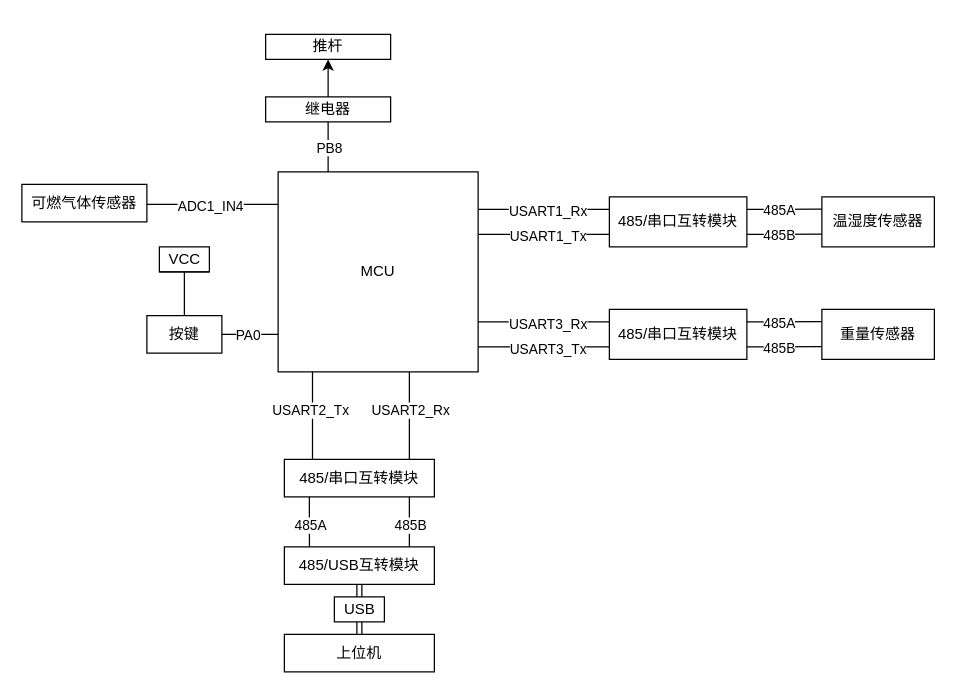
Before: modbus-slave/doc/1.drawio in Leonezz/intelligentAshbin, a draw.io diagram. Source tidied: cells renumbered, new cells numbered last; positions are measured from the earlier drawing's top-left corner, leaving out a move shared by most shapes. Both pictures are drawn from the tidied source at 125%, with x=0, y=0 at pixel (21, 34).
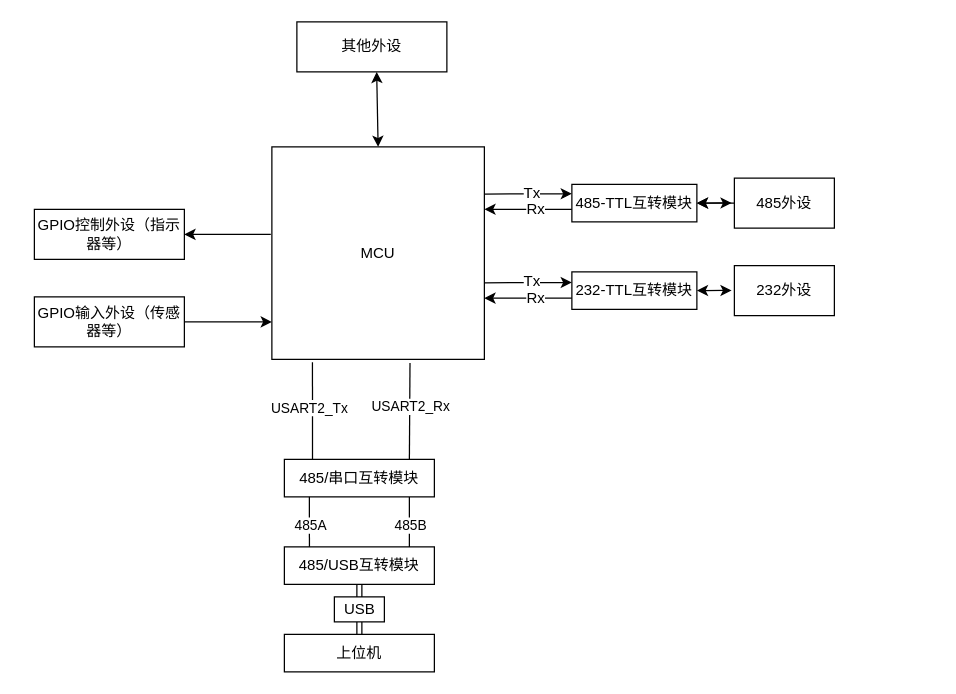
The same diagram, later.

Change to the diagram source:
```diff
@@
     <mxCell id="2" value="MCU" style="whiteSpace=wrap;html=1;strokeColor=#000000;" parent="1" vertex="1">
-      <mxGeometry x="205" y="110" width="160" height="160" as="geometry" />
+      <mxGeometry x="200" y="90" width="170" height="170" as="geometry" />
     </mxCell>
-    <mxCell id="3" style="edgeStyle=none;rounded=0;jettySize=auto;html=1;exitX=0.5;exitY=0;exitDx=0;exitDy=0;entryX=0.5;entryY=1;entryDx=0;entryDy=0;strokeColor=#000000;" parent="1" edge="1" source="4" target="5">
-      <mxGeometry relative="1" as="geometry" />
-    </mxCell>
-    <mxCell id="4" value="继电器" style="rounded=0;whiteSpace=wrap;html=1;strokeColor=#000000;" parent="1" vertex="1">
-      <mxGeometry x="195" y="50" width="100" height="20" as="geometry" />
-    </mxCell>
-    <mxCell id="5" value="推杆" style="rounded=0;whiteSpace=wrap;html=1;strokeColor=#000000;" parent="1" vertex="1">
-      <mxGeometry x="195" width="100" height="20" as="geometry" />
-    </mxCell>
-    <mxCell id="6" style="endArrow=none;html=1;entryX=0.5;entryY=1;entryDx=0;entryDy=0;exitX=0.25;exitY=0;exitDx=0;exitDy=0;strokeColor=#000000;" parent="1" edge="1" source="2" target="4">
-      <mxGeometry relative="1" as="geometry" />
-    </mxCell>
-    <mxCell id="7" value="PB8" style="edgeLabel;html=1;align=center;verticalAlign=middle;strokeColor=#000000;" parent="6" vertex="1">
-      <mxGeometry x="0.4" y="-1" relative="1" as="geometry">
-        <mxPoint x="-1" y="8.3" as="offset" />
-      </mxGeometry>
-    </mxCell>
-    <mxCell id="8" style="endArrow=none;html=1;strokeColor=#000000;" parent="1" edge="1">
-      <mxGeometry relative="1" as="geometry">
-        <mxPoint x="365" y="140" as="sourcePoint" />
-        <mxPoint x="470" y="140" as="targetPoint" />
-      </mxGeometry>
-    </mxCell>
-    <mxCell id="9" value="USART1_Rx" style="edgeLabel;html=1;align=center;verticalAlign=middle;strokeColor=#000000;" parent="8" vertex="1">
-      <mxGeometry x="0.33" y="-1" relative="1" as="geometry">
-        <mxPoint x="-14.7" as="offset" />
-      </mxGeometry>
-    </mxCell>
-    <mxCell id="10" style="endArrow=none;html=1;strokeColor=#000000;" parent="1" edge="1">
-      <mxGeometry relative="1" as="geometry">
-        <mxPoint x="365" y="160" as="sourcePoint" />
-        <mxPoint x="470" y="160" as="targetPoint" />
-      </mxGeometry>
-    </mxCell>
-    <mxCell id="11" value="USART1_Tx" style="edgeLabel;html=1;align=center;verticalAlign=middle;strokeColor=#000000;" parent="10" vertex="1">
-      <mxGeometry x="0.33" y="-1" relative="1" as="geometry">
-        <mxPoint x="-14.7" as="offset" />
-      </mxGeometry>
-    </mxCell>
-    <mxCell id="12" value="485/串口互转模块" style="rounded=0;whiteSpace=wrap;html=1;strokeColor=#000000;" parent="1" vertex="1">
-      <mxGeometry x="470" y="130" width="110" height="40" as="geometry" />
-    </mxCell>
-    <mxCell id="13" value="温湿度传感器" style="rounded=0;whiteSpace=wrap;html=1;strokeColor=#000000;" parent="1" vertex="1">
-      <mxGeometry x="640" y="130" width="90" height="40" as="geometry" />
-    </mxCell>
-    <mxCell id="14" style="endArrow=none;html=1;exitX=1;exitY=0.25;exitDx=0;exitDy=0;strokeColor=#000000;" parent="1" edge="1" source="12">
-      <mxGeometry relative="1" as="geometry">
-        <mxPoint x="640" y="139.7" as="targetPoint" />
-      </mxGeometry>
-    </mxCell>
-    <mxCell id="15" value="485A" style="edgeLabel;html=1;align=center;verticalAlign=middle;strokeColor=#000000;" parent="14" vertex="1">
-      <mxGeometry x="0.33" y="-1" relative="1" as="geometry">
-        <mxPoint x="-14.7" as="offset" />
-      </mxGeometry>
-    </mxCell>
-    <mxCell id="16" style="endArrow=none;html=1;exitX=1;exitY=0.75;exitDx=0;exitDy=0;strokeColor=#000000;" parent="1" edge="1" source="12">
-      <mxGeometry relative="1" as="geometry">
-        <mxPoint x="640" y="159.7" as="targetPoint" />
-      </mxGeometry>
-    </mxCell>
-    <mxCell id="17" value="485B" style="edgeLabel;html=1;align=center;verticalAlign=middle;strokeColor=#000000;" parent="16" vertex="1">
-      <mxGeometry x="0.33" y="-1" relative="1" as="geometry">
-        <mxPoint x="-14.7" as="offset" />
-      </mxGeometry>
-    </mxCell>
-    <mxCell id="18" style="endArrow=none;html=1;strokeColor=#000000;" parent="1" edge="1">
-      <mxGeometry relative="1" as="geometry">
-        <mxPoint x="365" y="230" as="sourcePoint" />
-        <mxPoint x="470" y="230" as="targetPoint" />
-      </mxGeometry>
-    </mxCell>
-    <mxCell id="19" value="USART3_Rx" style="edgeLabel;html=1;align=center;verticalAlign=middle;strokeColor=#000000;" parent="18" vertex="1">
-      <mxGeometry x="0.33" y="-1" relative="1" as="geometry">
-        <mxPoint x="-14.7" as="offset" />
-      </mxGeometry>
-    </mxCell>
-    <mxCell id="20" style="endArrow=none;html=1;strokeColor=#000000;" parent="1" edge="1">
-      <mxGeometry relative="1" as="geometry">
-        <mxPoint x="365" y="250" as="sourcePoint" />
-        <mxPoint x="470" y="250" as="targetPoint" />
-      </mxGeometry>
-    </mxCell>
-    <mxCell id="21" value="USART3_Tx" style="edgeLabel;html=1;align=center;verticalAlign=middle;strokeColor=#000000;" parent="20" vertex="1">
-      <mxGeometry x="0.33" y="-1" relative="1" as="geometry">
-        <mxPoint x="-14.7" as="offset" />
-      </mxGeometry>
-    </mxCell>
-    <mxCell id="22" value="485/串口互转模块" style="rounded=0;whiteSpace=wrap;html=1;strokeColor=#000000;" parent="1" vertex="1">
-      <mxGeometry x="470" y="220" width="110" height="40" as="geometry" />
-    </mxCell>
-    <mxCell id="23" value="重量传感器" style="rounded=0;whiteSpace=wrap;html=1;strokeColor=#000000;" parent="1" vertex="1">
-      <mxGeometry x="640" y="220" width="90" height="40" as="geometry" />
-    </mxCell>
-    <mxCell id="24" style="endArrow=none;html=1;exitX=1;exitY=0.25;exitDx=0;exitDy=0;strokeColor=#000000;" parent="1" edge="1" source="22">
-      <mxGeometry relative="1" as="geometry">
-        <mxPoint x="640" y="229.7" as="targetPoint" />
-      </mxGeometry>
-    </mxCell>
-    <mxCell id="25" value="485A" style="edgeLabel;html=1;align=center;verticalAlign=middle;strokeColor=#000000;" parent="24" vertex="1">
-      <mxGeometry x="0.33" y="-1" relative="1" as="geometry">
-        <mxPoint x="-14.7" as="offset" />
-      </mxGeometry>
-    </mxCell>
-    <mxCell id="26" style="endArrow=none;html=1;exitX=1;exitY=0.75;exitDx=0;exitDy=0;strokeColor=#000000;" parent="1" edge="1" source="22">
-      <mxGeometry relative="1" as="geometry">
-        <mxPoint x="640" y="249.7" as="targetPoint" />
-      </mxGeometry>
-    </mxCell>
-    <mxCell id="27" value="485B" style="edgeLabel;html=1;align=center;verticalAlign=middle;strokeColor=#000000;" parent="26" vertex="1">
-      <mxGeometry x="0.33" y="-1" relative="1" as="geometry">
-        <mxPoint x="-14.7" as="offset" />
-      </mxGeometry>
-    </mxCell>
-    <mxCell id="28" style="endArrow=none;html=1;strokeColor=#000000;" parent="1" edge="1">
-      <mxGeometry relative="1" as="geometry">
-        <mxPoint x="155" y="240" as="sourcePoint" />
-        <mxPoint x="205" y="240" as="targetPoint" />
-      </mxGeometry>
-    </mxCell>
-    <mxCell id="29" value="PA0" style="edgeLabel;html=1;align=center;verticalAlign=middle;strokeColor=#000000;" parent="28" vertex="1">
-      <mxGeometry x="-0.44" y="-1" relative="1" as="geometry">
-        <mxPoint x="11.2" y="-1" as="offset" />
-      </mxGeometry>
-    </mxCell>
-    <mxCell id="30" value="按键" style="rounded=0;whiteSpace=wrap;html=1;strokeColor=#000000;" parent="1" vertex="1">
-      <mxGeometry x="100" y="225" width="60" height="30" as="geometry" />
-    </mxCell>
-    <mxCell id="31" style="endArrow=none;html=1;strokeColor=#000000;" parent="1" edge="1">
-      <mxGeometry relative="1" as="geometry">
-        <mxPoint x="130" y="225" as="sourcePoint" />
-        <mxPoint x="130" y="190" as="targetPoint" />
-      </mxGeometry>
-    </mxCell>
-    <mxCell id="32" style="endArrow=none;html=1;strokeColor=#000000;" parent="1" edge="1">
-      <mxGeometry relative="1" as="geometry">
-        <mxPoint x="110" y="190" as="sourcePoint" />
-        <mxPoint x="150" y="190" as="targetPoint" />
-      </mxGeometry>
-    </mxCell>
-    <mxCell id="33" value="VCC" style="text;html=1;align=center;verticalAlign=middle;strokeColor=#000000;" parent="1" vertex="1">
-      <mxGeometry x="110" y="170" width="40" height="20" as="geometry" />
-    </mxCell>
-    <mxCell id="34" style="endArrow=none;html=1;strokeColor=#000000;" parent="1" edge="1">
+    <mxCell id="34" style="endArrow=none;html=1;strokeColor=#000000;exitX=0.191;exitY=1.014;exitDx=0;exitDy=0;exitPerimeter=0;" parent="1" edge="1" source="2">
       <mxGeometry relative="1" as="geometry">
-        <mxPoint x="232.5" y="270" as="sourcePoint" />
         <mxPoint x="232.5" y="340" as="targetPoint" />
       </mxGeometry>
     </mxCell>
@@
-    <mxCell id="36" style="endArrow=none;html=1;strokeColor=#000000;" parent="1" edge="1">
+    <mxCell id="36" style="endArrow=none;html=1;strokeColor=#000000;exitX=0.65;exitY=1.017;exitDx=0;exitDy=0;exitPerimeter=0;" parent="1" edge="1" source="2">
       <mxGeometry relative="1" as="geometry">
-        <mxPoint x="310" y="270" as="sourcePoint" />
         <mxPoint x="310" y="340" as="targetPoint" />
       </mxGeometry>
     </mxCell>
@@
-    <mxCell id="48" style="endArrow=none;html=1;entryX=-0.001;entryY=0.162;entryDx=0;entryDy=0;entryPerimeter=0;strokeColor=#000000;" parent="1" edge="1" target="2">
-      <mxGeometry relative="1" as="geometry">
-        <mxPoint x="100" y="136" as="sourcePoint" />
-      </mxGeometry>
-    </mxCell>
-    <mxCell id="49" value="ADC1_IN4" style="edgeLabel;html=1;align=center;verticalAlign=middle;strokeColor=#000000;" parent="48" vertex="1">
-      <mxGeometry x="-0.22" y="-2" relative="1" as="geometry">
-        <mxPoint x="9.3" as="offset" />
-      </mxGeometry>
-    </mxCell>
-    <mxCell id="50" value="可燃气体传感器" style="rounded=0;whiteSpace=wrap;html=1;strokeColor=#000000;" parent="1" vertex="1">
-      <mxGeometry y="120" width="100" height="30" as="geometry" />
-    </mxCell>
+    <mxCell id="51" value="485-TTL互转模块" style="rounded=0;whiteSpace=wrap;html=1;" parent="1" vertex="1">
+      <mxGeometry x="440" y="120" width="100" height="30" as="geometry" />
+    </mxCell>
+    <mxCell id="52" value="232-TTL互转模块" style="rounded=0;whiteSpace=wrap;html=1;" parent="1" vertex="1">
+      <mxGeometry x="440" y="190" width="100" height="30" as="geometry" />
+    </mxCell>
+    <mxCell id="53" style="endArrow=classic;html=1;entryX=0;entryY=0.25;entryDx=0;entryDy=0;exitX=0.999;exitY=0.222;exitDx=0;exitDy=0;exitPerimeter=0;" parent="1" edge="1" source="2" target="51">
+      <mxGeometry relative="1" as="geometry" />
+    </mxCell>
+    <mxCell id="54" value="Tx" style="text;html=1;align=center;verticalAlign=middle;labelBackgroundColor=#ffffff;" parent="53" vertex="1">
+      <mxGeometry x="0.07" y="1" relative="1" as="geometry" />
+    </mxCell>
+    <mxCell id="55" style="endArrow=classic;html=1;entryX=1;entryY=0.294;entryDx=0;entryDy=0;entryPerimeter=0;exitX=0;exitY=0.665;exitDx=0;exitDy=0;exitPerimeter=0;" parent="1" edge="1" source="51" target="2">
+      <mxGeometry relative="1" as="geometry" />
+    </mxCell>
+    <mxCell id="56" value="Rx" style="text;html=1;align=center;verticalAlign=middle;labelBackgroundColor=#ffffff;" parent="55" vertex="1">
+      <mxGeometry x="-0.19" relative="1" as="geometry">
+        <mxPoint x="-1.5" as="offset" />
+      </mxGeometry>
+    </mxCell>
+    <mxCell id="57" style="edgeStyle=orthogonalEdgeStyle;rounded=0;jettySize=auto;html=1;" parent="1" edge="1" source="58" target="51">
+      <mxGeometry relative="1" as="geometry" />
+    </mxCell>
+    <mxCell id="58" value="485外设" style="rounded=0;whiteSpace=wrap;html=1;" parent="1" vertex="1">
+      <mxGeometry x="570" y="115" width="80" height="40" as="geometry" />
+    </mxCell>
+    <mxCell id="59" value="232外设" style="rounded=0;whiteSpace=wrap;html=1;" parent="1" vertex="1">
+      <mxGeometry x="570" y="185" width="80" height="40" as="geometry" />
+    </mxCell>
+    <mxCell id="60" style="endArrow=classic;html=1;entryX=0;entryY=0.25;entryDx=0;entryDy=0;exitX=0.999;exitY=0.222;exitDx=0;exitDy=0;exitPerimeter=0;" parent="1" edge="1">
+      <mxGeometry relative="1" as="geometry">
+        <mxPoint x="369.8" y="198.7" as="sourcePoint" />
+        <mxPoint x="440" y="198.5" as="targetPoint" />
+      </mxGeometry>
+    </mxCell>
+    <mxCell id="61" value="Tx" style="text;html=1;align=center;verticalAlign=middle;labelBackgroundColor=#ffffff;" parent="60" vertex="1">
+      <mxGeometry x="0.07" y="1" relative="1" as="geometry" />
+    </mxCell>
+    <mxCell id="62" style="endArrow=classic;html=1;entryX=1;entryY=0.294;entryDx=0;entryDy=0;entryPerimeter=0;exitX=0;exitY=0.665;exitDx=0;exitDy=0;exitPerimeter=0;" parent="1" edge="1">
+      <mxGeometry relative="1" as="geometry">
+        <mxPoint x="440" y="210.9" as="sourcePoint" />
+        <mxPoint x="370" y="211" as="targetPoint" />
+        <Array as="points">
+          <mxPoint x="410" y="211" />
+        </Array>
+      </mxGeometry>
+    </mxCell>
+    <mxCell id="63" value="Rx" style="text;html=1;align=center;verticalAlign=middle;labelBackgroundColor=#ffffff;" parent="62" vertex="1">
+      <mxGeometry x="-0.19" relative="1" as="geometry">
+        <mxPoint x="-1.5" as="offset" />
+      </mxGeometry>
+    </mxCell>
+    <mxCell id="64" style="endArrow=classic;startArrow=classic;html=1;exitX=1;exitY=0.5;exitDx=0;exitDy=0;entryX=-0.027;entryY=0.495;entryDx=0;entryDy=0;entryPerimeter=0;" parent="1" edge="1" source="51" target="58">
+      <mxGeometry relative="1" as="geometry" />
+    </mxCell>
+    <mxCell id="65" style="endArrow=classic;startArrow=classic;html=1;exitX=1;exitY=0.5;exitDx=0;exitDy=0;entryX=-0.027;entryY=0.495;entryDx=0;entryDy=0;entryPerimeter=0;" parent="1" edge="1">
+      <mxGeometry relative="1" as="geometry">
+        <mxPoint x="540" y="205" as="sourcePoint" />
+        <mxPoint x="567.8" y="204.8" as="targetPoint" />
+      </mxGeometry>
+    </mxCell>
+    <mxCell id="66" style="endArrow=classic;html=1;" parent="1" edge="1">
+      <mxGeometry relative="1" as="geometry">
+        <mxPoint x="130" y="230" as="sourcePoint" />
+        <mxPoint x="200" y="230" as="targetPoint" />
+      </mxGeometry>
+    </mxCell>
+    <mxCell id="67" value="GPIO输入外设（传感器等）" style="rounded=0;whiteSpace=wrap;html=1;" parent="1" vertex="1">
+      <mxGeometry x="10" y="210" width="120" height="40" as="geometry" />
+    </mxCell>
+    <mxCell id="68" value="GPIO控制外设（指示器等）" style="rounded=0;whiteSpace=wrap;html=1;" parent="1" vertex="1">
+      <mxGeometry x="10" y="140" width="120" height="40" as="geometry" />
+    </mxCell>
+    <mxCell id="69" style="endArrow=classic;html=1;entryX=1;entryY=0.5;entryDx=0;entryDy=0;exitX=-0.005;exitY=0.412;exitDx=0;exitDy=0;exitPerimeter=0;" parent="1" edge="1" source="2" target="68">
+      <mxGeometry relative="1" as="geometry" />
+    </mxCell>
+    <mxCell id="70" value="其他外设" style="rounded=0;whiteSpace=wrap;html=1;" parent="1" vertex="1">
+      <mxGeometry x="220" y="-10" width="120" height="40" as="geometry" />
+    </mxCell>
+    <mxCell id="71" style="endArrow=classic;startArrow=classic;html=1;entryX=0.532;entryY=1;entryDx=0;entryDy=0;entryPerimeter=0;exitX=0.5;exitY=0;exitDx=0;exitDy=0;" parent="1" edge="1" source="2" target="70">
+      <mxGeometry relative="1" as="geometry" />
+    </mxCell>
```
